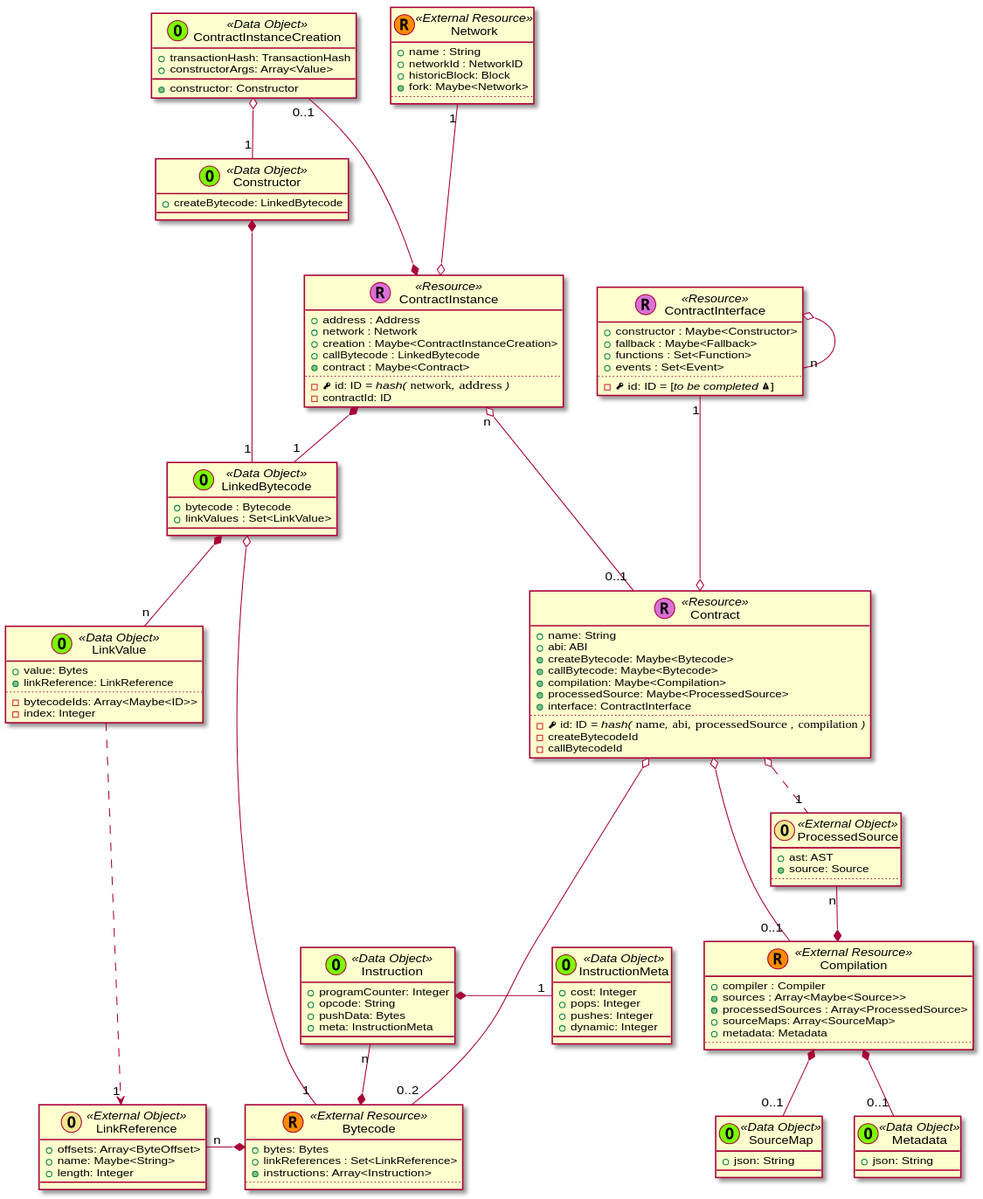
The PlantUML diagram _images/plantuml-b649dcaa87930366a2aff63a4e0f58b9bcdcd1de.svg in trufflesuite/artifact-updates, before a commit.
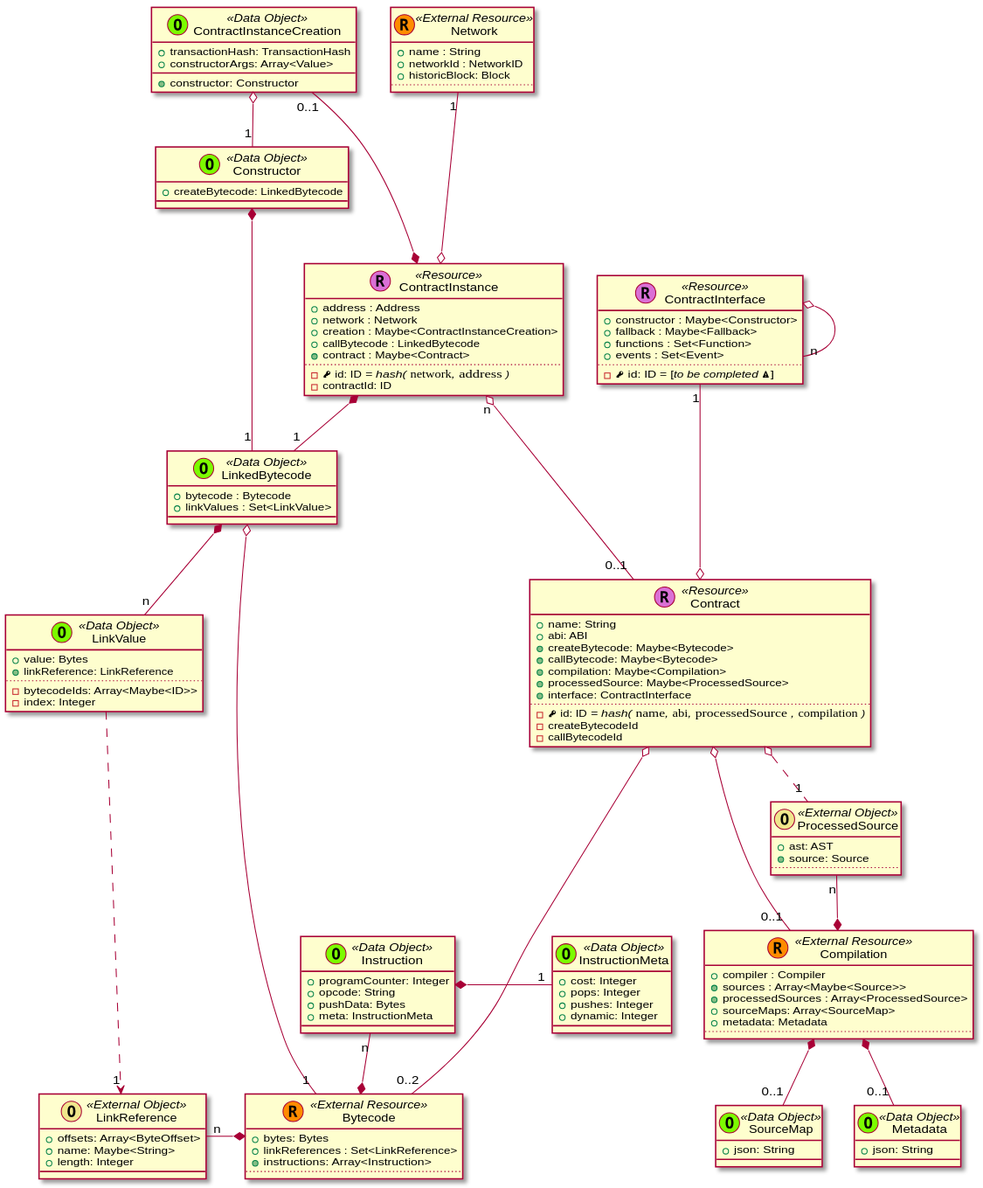
The same file after the commit.

What changed in the source:
```diff
@@ -101,11 +101,8 @@
       + name : String
       + networkId : NetworkID
       + historicBlock: Block
-      + {method} fork: Maybe<Network>
       ..
     }
-
-
 
 
 
@@ -198,5 +195,4 @@
 
 
 
-
 @enduml
```
